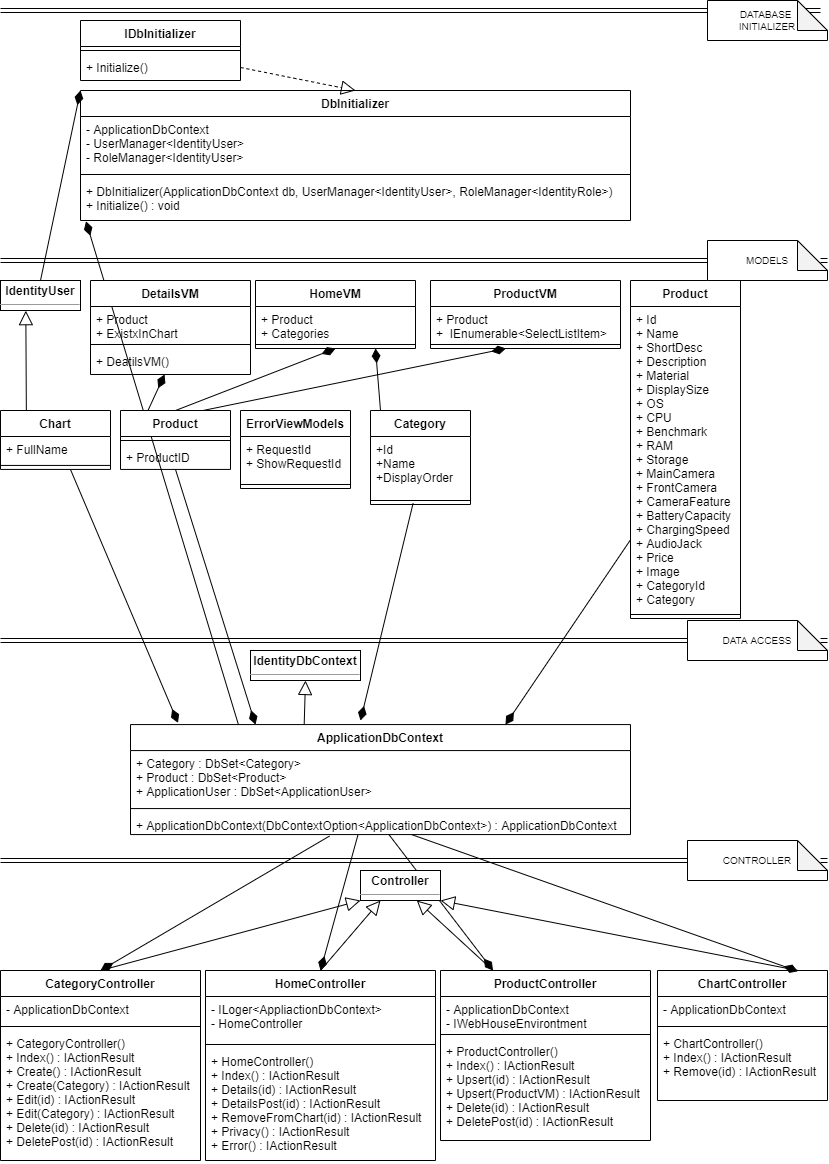
Above: Read me resouces/uml.png in frchandra/WorthIt (draw.io), before the change. Source tidied: cells renumbered, new cells last; positions are measured from the earlier drawing's top-left corner, leaving out a move shared by most shapes.
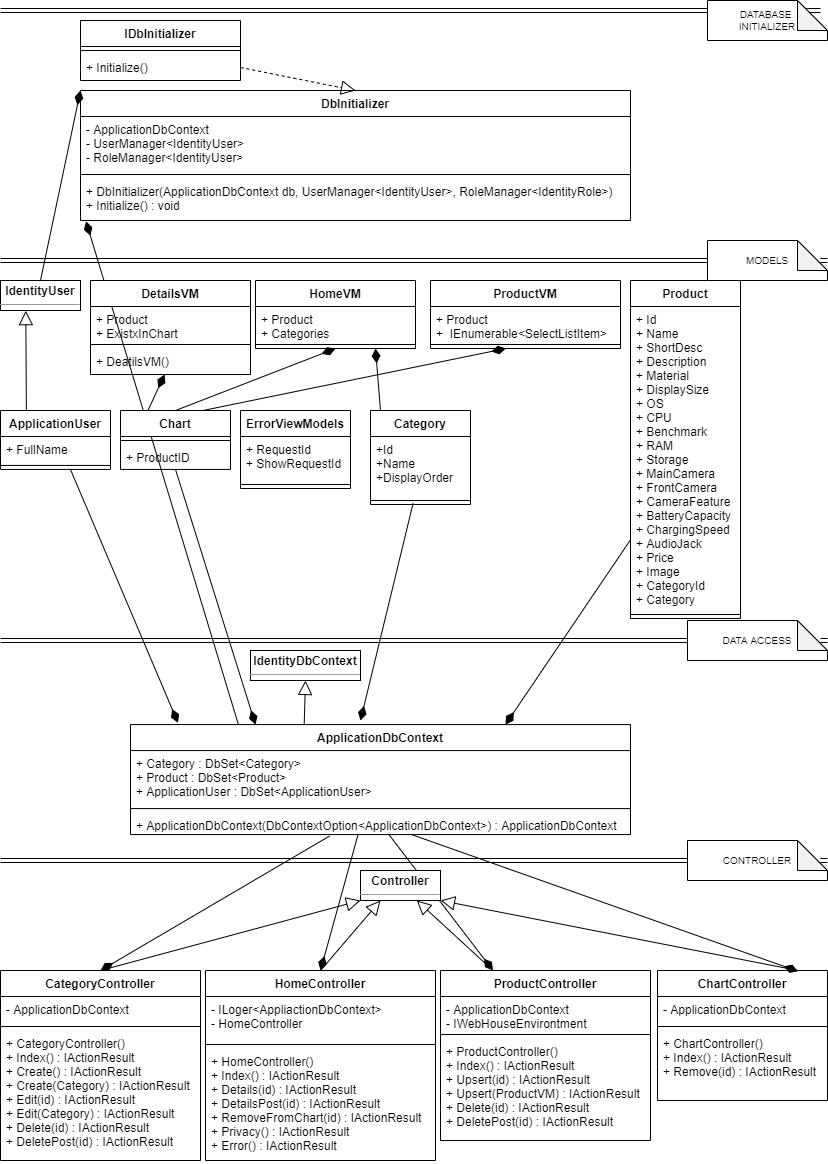
After the change.

Diff of the diagram source:
```diff
@@ -109,7 +109,7 @@
     <mxCell id="35" style="line;strokeWidth=1;fillColor=none;align=left;verticalAlign=middle;spacingTop=-1;spacingLeft=3;spacingRight=3;labelPosition=right;" parent="33" vertex="1">
       <mxGeometry y="330" width="110" height="8" as="geometry" />
     </mxCell>
-    <mxCell id="36" value="Chart" style="swimlane;fontStyle=1;align=center;verticalAlign=top;horizontal=1;startSize=26;" parent="1" vertex="1">
+    <mxCell id="36" value="ApplicationUser" style="swimlane;fontStyle=1;align=center;verticalAlign=top;horizontal=1;startSize=26;" parent="1" vertex="1">
       <mxGeometry y="410" width="110" height="58.9" as="geometry" />
     </mxCell>
     <mxCell id="37" value="+ FullName" style="text;strokeColor=none;fillColor=none;align=left;verticalAlign=top;spacingLeft=4;spacingRight=4;overflow=hidden;" parent="36" vertex="1">
@@ -260,7 +260,7 @@
     <mxCell id="79" value="&lt;p style=&quot;margin: 0px ; margin-top: 4px ; text-align: center&quot;&gt;&lt;b&gt;Controller&lt;/b&gt;&lt;/p&gt;&lt;hr size=&quot;1&quot;&gt;&lt;div style=&quot;height: 2px&quot;&gt;&lt;/div&gt;" style="verticalAlign=top;align=left;overflow=fill;fontSize=12;fontFamily=Helvetica;html=1;" parent="1" vertex="1">
       <mxGeometry x="360" y="870" width="80" height="30" as="geometry" />
     </mxCell>
-    <mxCell id="80" value="Product" style="swimlane;fontStyle=1;align=center;verticalAlign=top;horizontal=1;startSize=26;" parent="1" vertex="1">
+    <mxCell id="80" value="Chart" style="swimlane;fontStyle=1;align=center;verticalAlign=top;horizontal=1;startSize=26;" parent="1" vertex="1">
       <mxGeometry x="120" y="410" width="110" height="58.9" as="geometry" />
     </mxCell>
     <mxCell id="81" style="line;strokeWidth=1;fillColor=none;align=left;verticalAlign=middle;spacingTop=-1;spacingLeft=3;spacingRight=3;labelPosition=right;" parent="80" vertex="1">
```
